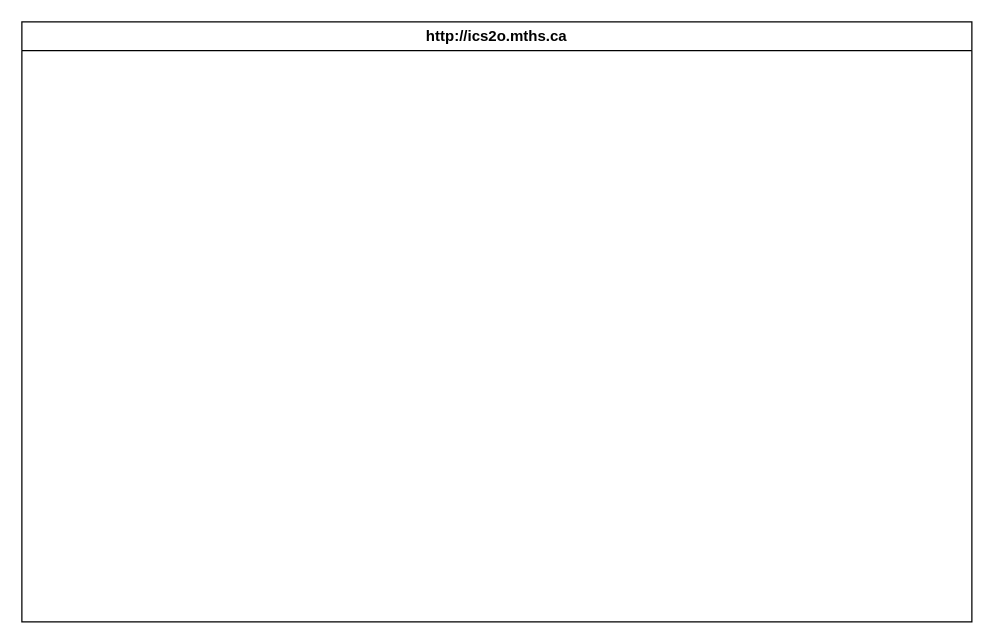
Above: design/storyboard.drawio in MTHS-ICS2O-2-2022/ICS2O-Unit-6-04-jakub-malhotra (draw.io), before the change. Source tidied: cells renumbered, new cells numbered last; positions are measured from the earlier drawing's top-left corner, leaving out a move shared by most shapes. Both pictures are drawn from the tidied source at 125%, with x=0, y=0 at pixel (21, 21).
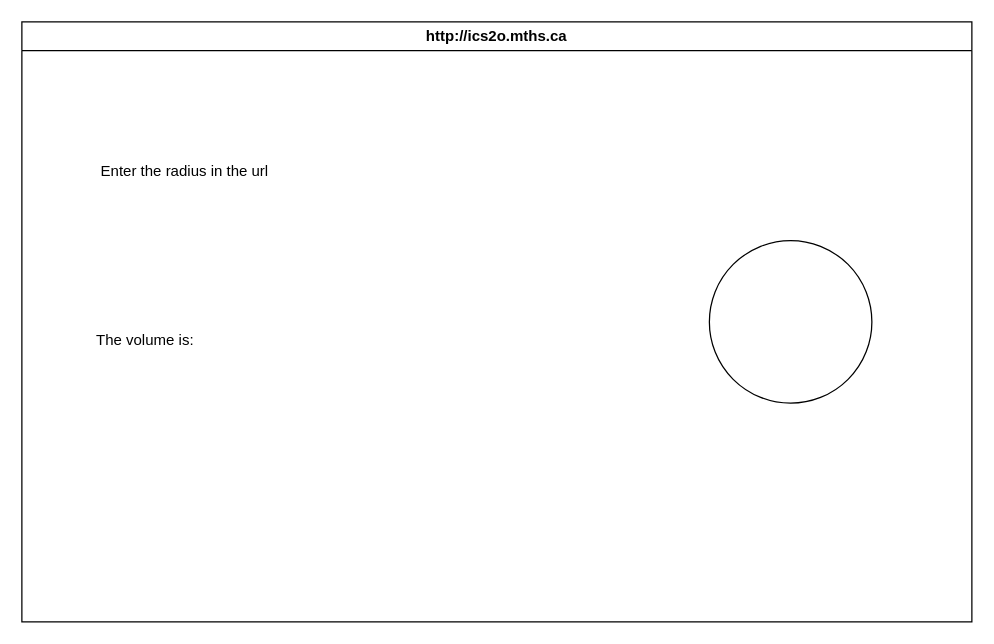
After the change.

What changed in the source:
```diff
@@
 <mxGraphModel>
   <root>
     <mxCell id="0" />
     <mxCell id="1" parent="0" />
     <mxCell id="2" value="http://ics2o.mths.ca" style="swimlane;whiteSpace=wrap;html=1;" parent="1" vertex="1">
       <mxGeometry width="760" height="480" as="geometry" />
     </mxCell>
+    <mxCell id="3" value="The volume is:&amp;nbsp;" style="text;html=1;align=center;verticalAlign=middle;strokeColor=none;fillColor=none;" parent="2" vertex="1">
+      <mxGeometry x="45" y="240" width="110" height="30" as="geometry" />
+    </mxCell>
+    <mxCell id="4" style="ellipse;whiteSpace=wrap;html=1;" parent="2" vertex="1">
+      <mxGeometry x="550" y="175" width="130" height="130" as="geometry" />
+    </mxCell>
+    <mxCell id="5" value="Enter the radius in the url" style="text;html=1;align=center;verticalAlign=middle;strokeColor=none;fillColor=none;" parent="1" vertex="1">
+      <mxGeometry x="50" y="105" width="160" height="30" as="geometry" />
+    </mxCell>
   </root>
 </mxGraphModel>
```
